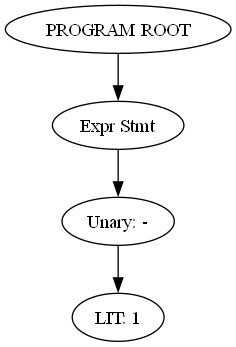
dawabeza/MY-LAGUAGE keeps this Graphviz diagram as ast.png. Above is the earlier version. Its source is kept beside it as ast.dot.
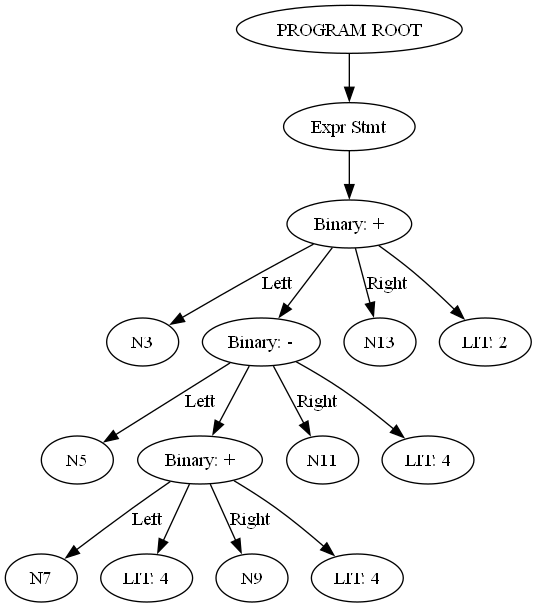
The same diagram one commit later.

Diff of the diagram source:
```diff
@@ -3,8 +3,24 @@
     N0 [label="PROGRAM ROOT"];
     N1 [label="Expr Stmt"];
     N0 -> N1 [label=""];
-    N2 [label="Unary: -"];
+    N2 [label="Binary: +"];
     N1 -> N2 [label=""];
-    N3 [label="LIT: 1"];
-    N2 -> N3 [label=""];
+    N2 -> N3 [label="Left"];
+    N4 [label="Binary: -"];
+    N2 -> N4 [label=""];
+    N4 -> N5 [label="Left"];
+    N6 [label="Binary: +"];
+    N4 -> N6 [label=""];
+    N6 -> N7 [label="Left"];
+    N8 [label="LIT: 4"];
+    N6 -> N8 [label=""];
+    N6 -> N9 [label="Right"];
+    N10 [label="LIT: 4"];
+    N6 -> N10 [label=""];
+    N4 -> N11 [label="Right"];
+    N12 [label="LIT: 4"];
+    N4 -> N12 [label=""];
+    N2 -> N13 [label="Right"];
+    N14 [label="LIT: 2"];
+    N2 -> N14 [label=""];
 }
```
